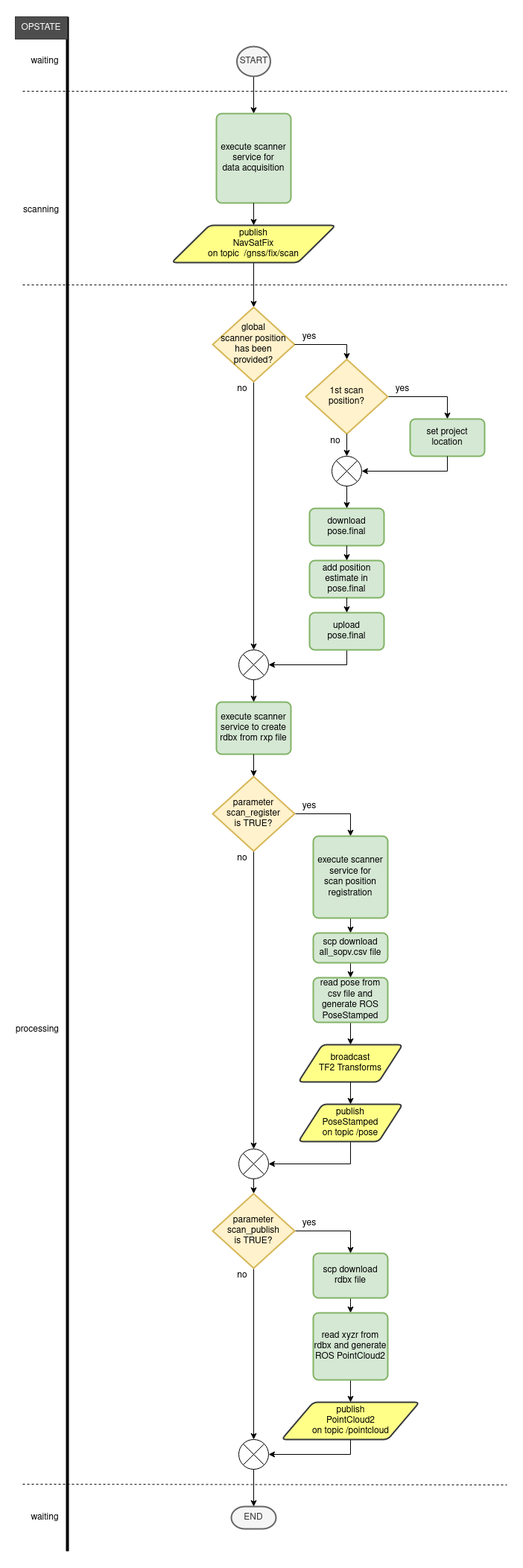
Before: riegl_vz/img/scan.png, a diagram exported from draw.io (riegllms/ros-riegl-vz). Source tidied: cells renumbered, new cells last; positions are measured from the earlier drawing's top-left corner, leaving out a move shared by most shapes.
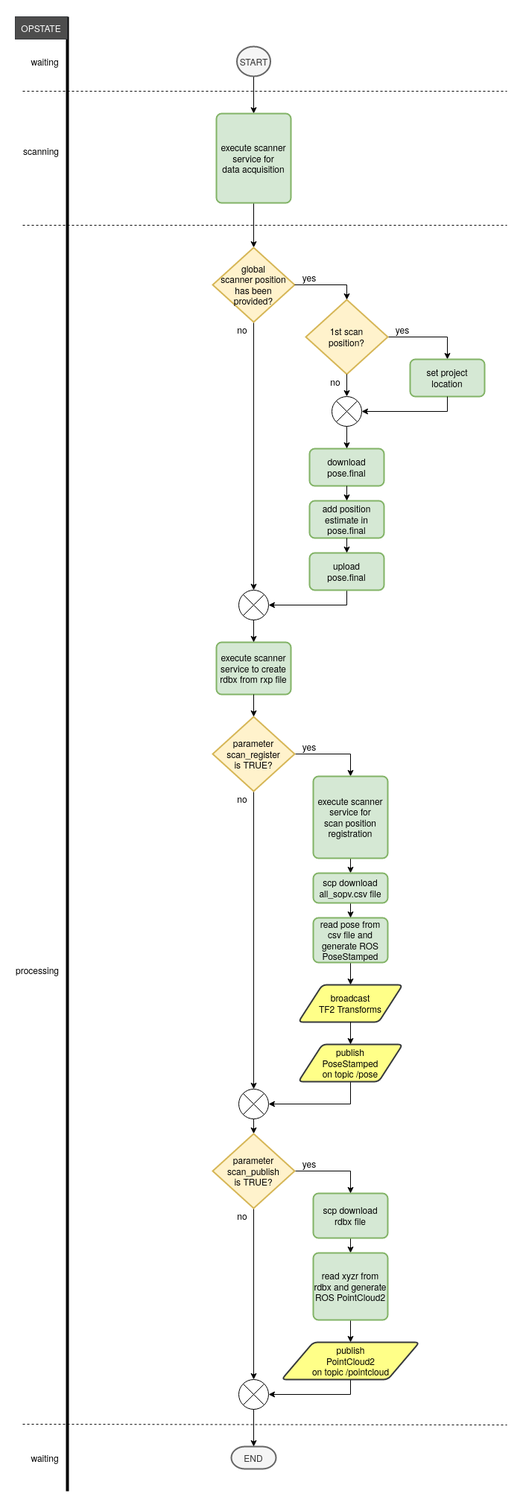
Later version of the same file.

Commit message:
Remove topic gnss/scan.

Change to the diagram source:
```diff
@@ -5,11 +5,11 @@
     <mxCell id="2" style="edgeStyle=orthogonalEdgeStyle;rounded=0;jettySize=auto;html=1;exitX=0.5;exitY=1;exitDx=0;exitDy=0;exitPerimeter=0;entryX=0.5;entryY=0;entryDx=0;entryDy=0;" parent="1" edge="1" source="27" target="4">
       <mxGeometry relative="1" as="geometry" />
     </mxCell>
-    <mxCell id="3" style="edgeStyle=orthogonalEdgeStyle;rounded=0;jettySize=auto;html=1;entryX=0.5;entryY=0;entryDx=0;entryDy=0;entryPerimeter=0;exitX=0.5;exitY=1;exitDx=0;exitDy=0;" parent="1" edge="1" source="57" target="34">
+    <mxCell id="3" style="edgeStyle=orthogonalEdgeStyle;rounded=0;jettySize=auto;html=1;entryX=0.5;entryY=0;entryDx=0;entryDy=0;entryPerimeter=0;exitX=0.5;exitY=1;exitDx=0;exitDy=0;" parent="1" edge="1" source="4" target="34">
       <mxGeometry relative="1" as="geometry" />
     </mxCell>
     <mxCell id="4" value="&lt;div&gt;execute scanner service for &lt;br&gt;&lt;/div&gt;&lt;div&gt;data acquisition&lt;/div&gt;" style="rounded=1;whiteSpace=wrap;html=1;absoluteArcSize=1;arcSize=14;strokeWidth=2;fillColor=#d5e8d4;strokeColor=#82b366;" parent="1" vertex="1">
-      <mxGeometry x="270" y="130" width="100" height="120" as="geometry" />
+      <mxGeometry x="270" y="210" width="100" height="120" as="geometry" />
     </mxCell>
     <mxCell id="5" style="endArrow=none;html=1;strokeWidth=4;entryX=1;entryY=0;entryDx=0;entryDy=0;" parent="1" edge="1" target="30">
       <mxGeometry relative="1" as="geometry">
@@ -17,7 +17,7 @@
       </mxGeometry>
     </mxCell>
     <mxCell id="6" value="waiting" style="text;html=1;strokeColor=none;fillColor=none;align=center;verticalAlign=middle;whiteSpace=wrap;rounded=0;" parent="1" vertex="1">
-      <mxGeometry x="20" y="50" width="40" height="20" as="geometry" />
+      <mxGeometry x="20" y="130" width="40" height="20" as="geometry" />
     </mxCell>
     <mxCell id="7" value="scanning" style="text;html=1;strokeColor=none;fillColor=none;align=center;verticalAlign=middle;whiteSpace=wrap;rounded=0;" parent="1" vertex="1">
       <mxGeometry x="10" y="250" width="50" height="20" as="geometry" />
@@ -86,19 +86,19 @@
       <mxGeometry x="290" y="2000" width="60" height="30" as="geometry" />
     </mxCell>
     <mxCell id="27" value="START" style="strokeWidth=2;html=1;shape=mxgraph.flowchart.start_2;whiteSpace=wrap;fillColor=#f5f5f5;strokeColor=#666666;fontColor=#333333;" parent="1" vertex="1">
-      <mxGeometry x="297.5" y="40" width="45" height="40" as="geometry" />
+      <mxGeometry x="297.5" y="120" width="45" height="40" as="geometry" />
     </mxCell>
     <mxCell id="28" style="endArrow=none;dashed=1;html=1;" parent="1" edge="1">
       <mxGeometry relative="1" as="geometry">
-        <mxPoint x="10" y="100" as="sourcePoint" />
-        <mxPoint x="660" y="100" as="targetPoint" />
+        <mxPoint x="10" y="180" as="sourcePoint" />
+        <mxPoint x="660" y="180" as="targetPoint" />
       </mxGeometry>
     </mxCell>
     <mxCell id="29" value="&lt;div&gt;broadcast&lt;/div&gt;&lt;div&gt;TF2 Transforms&lt;br&gt;&lt;/div&gt;" style="shape=parallelogram;html=1;strokeWidth=2;perimeter=parallelogramPerimeter;whiteSpace=wrap;rounded=1;arcSize=12;size=0.23;fillColor=#ffff88;strokeColor=#36393d;" parent="1" vertex="1">
       <mxGeometry x="380" y="1380" width="140" height="50" as="geometry" />
     </mxCell>
     <mxCell id="30" value="OPSTATE" style="rounded=0;whiteSpace=wrap;html=1;strokeColor=#36393d;fillColor=#4D4D4D;fontColor=#FFFFFF;" parent="1" vertex="1">
-      <mxGeometry width="70" height="30" as="geometry" />
+      <mxGeometry y="80" width="70" height="30" as="geometry" />
     </mxCell>
     <mxCell id="31" value="add position estimate in pose.final" style="rounded=1;whiteSpace=wrap;html=1;absoluteArcSize=1;arcSize=14;strokeWidth=2;fillColor=#d5e8d4;strokeColor=#82b366;" parent="1" vertex="1">
       <mxGeometry x="395" y="730" width="100" height="50" as="geometry" />
@@ -192,12 +192,6 @@
     <mxCell id="56" style="edgeStyle=orthogonalEdgeStyle;rounded=0;jettySize=auto;html=1;exitX=0.5;exitY=1;exitDx=0;exitDy=0;entryX=0.5;entryY=0;entryDx=0;entryDy=0;" parent="1" edge="1" source="29" target="55">
       <mxGeometry relative="1" as="geometry" />
     </mxCell>
-    <mxCell id="57" value="&lt;div&gt;publish&lt;/div&gt;&lt;div&gt;NavSatFix&lt;/div&gt;&lt;div&gt;on topic&amp;nbsp; /gnss/fix/scan&lt;br&gt;&lt;/div&gt;" style="shape=parallelogram;html=1;strokeWidth=2;perimeter=parallelogramPerimeter;whiteSpace=wrap;rounded=1;arcSize=12;size=0.23;fillColor=#ffff88;strokeColor=#36393d;" parent="1" vertex="1">
-      <mxGeometry x="210" y="280" width="220" height="50" as="geometry" />
-    </mxCell>
-    <mxCell id="58" style="endArrow=classic;html=1;rounded=0;exitX=0.5;exitY=1;exitDx=0;exitDy=0;entryX=0.5;entryY=0;entryDx=0;entryDy=0;" parent="1" edge="1" source="4" target="57">
-      <mxGeometry relative="1" as="geometry" />
-    </mxCell>
     <mxCell id="59" style="edgeStyle=orthogonalEdgeStyle;rounded=0;jettySize=auto;html=1;exitX=0.5;exitY=1;exitDx=0;exitDy=0;entryX=0.5;entryY=0;entryDx=0;entryDy=0;" parent="1" edge="1" source="60" target="65">
       <mxGeometry relative="1" as="geometry" />
     </mxCell>
```
